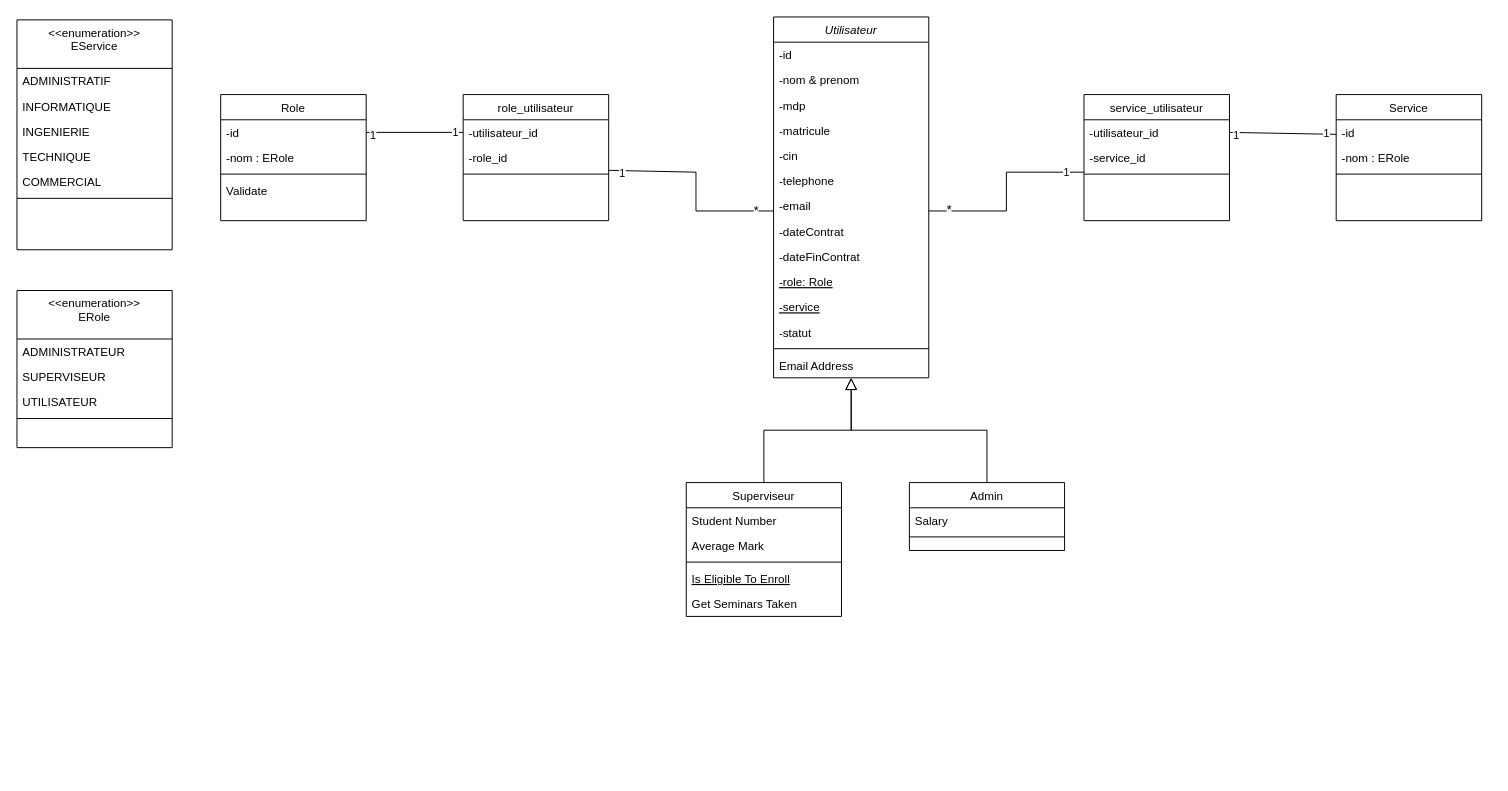
The draw.io diagram ClassDiagram.drawio in BARIGOU-Imane/Gestion-des-Ordres-de-Mission, before the edit. Source tidied: cells renumbered, new cells numbered last; positions are measured from the earlier drawing's top-left corner, leaving out a move shared by most shapes. Both pictures are drawn from the tidied source at 97%, with x=0, y=0 at pixel (16, 16).
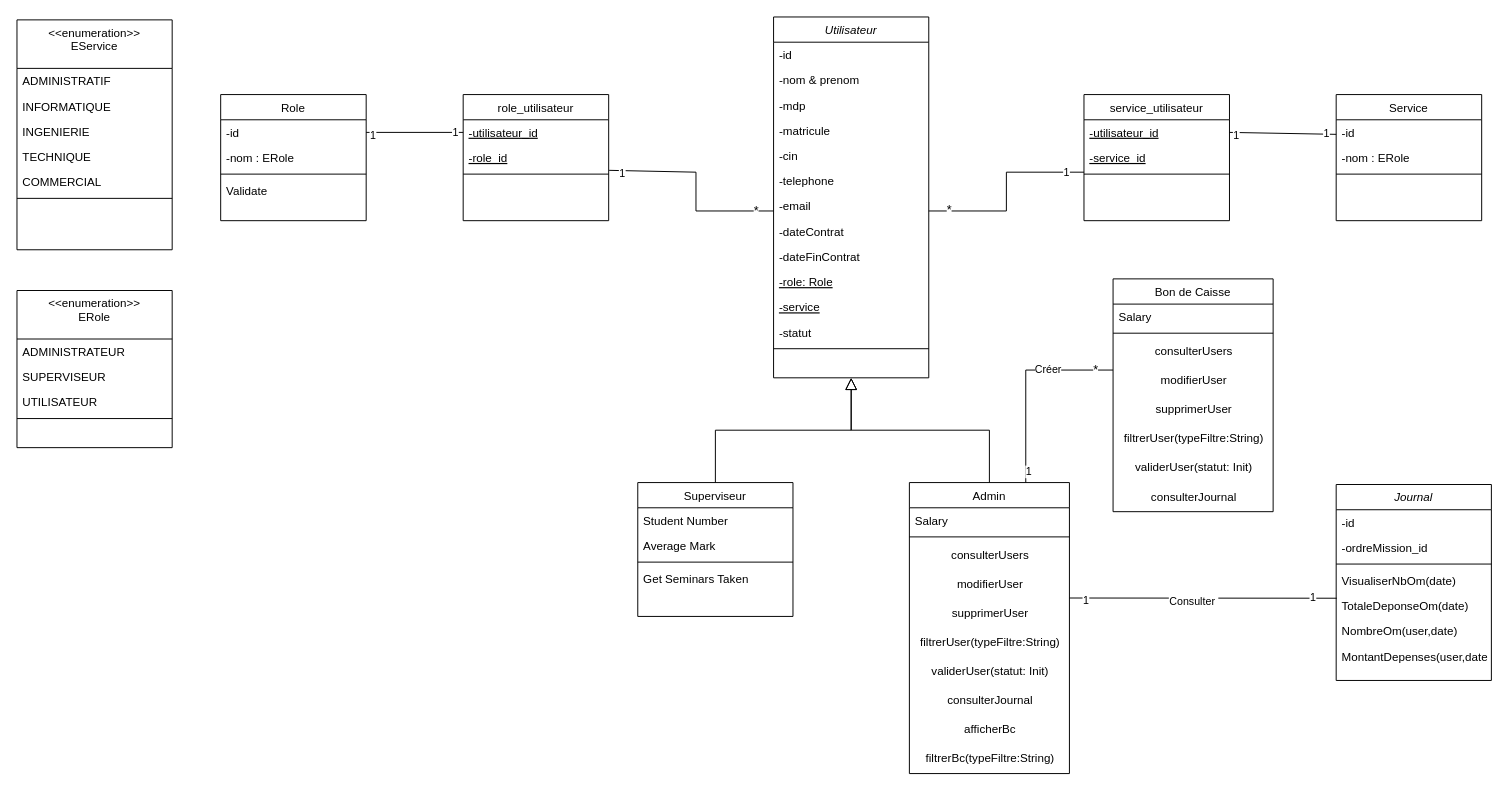
The same page after the edit.

Unchanged cells that the change refers to:
```xml
<mxCell id="2" value="Utilisateur" style="swimlane;fontStyle=2;align=center;verticalAlign=top;horizontal=1;startSize=26;rounded=0;shadow=0;strokeWidth=1;" parent="1" vertex="1">
  <mxGeometry x="780" width="160" height="372" as="geometry" />
</mxCell>
<mxCell id="28" value="role_utilisateur" style="swimlane;fontStyle=0;align=center;verticalAlign=top;horizontal=1;startSize=26;rounded=0;shadow=0;strokeWidth=1;" parent="1" vertex="1">
  <mxGeometry x="460" y="80" width="150" height="130" as="geometry" />
</mxCell>
<mxCell id="52" value="service_utilisateur" style="swimlane;fontStyle=0;align=center;verticalAlign=top;horizontal=1;startSize=26;rounded=0;shadow=0;strokeWidth=1;" parent="1" vertex="1">
  <mxGeometry x="1100" y="80" width="150" height="130" as="geometry" />
</mxCell>
```

Diff of the diagram source:
```diff
@@
-    <mxCell id="16" value="Email Address&#10;" style="text;align=left;verticalAlign=top;spacingLeft=4;spacingRight=4;overflow=hidden;rounded=0;shadow=0;html=0;" parent="2" vertex="1">
+    <mxCell id="16" value="&#10;" style="text;align=left;verticalAlign=top;spacingLeft=4;spacingRight=4;overflow=hidden;rounded=0;shadow=0;html=0;" parent="2" vertex="1">
       <mxGeometry y="346" width="160" height="26" as="geometry" />
     </mxCell>
     <mxCell id="17" value="Superviseur" style="swimlane;fontStyle=0;align=center;verticalAlign=top;horizontal=1;startSize=26;rounded=0;shadow=0;strokeWidth=1;" parent="1" vertex="1">
-      <mxGeometry x="690" y="480" width="160" height="138" as="geometry" />
+      <mxGeometry x="640" y="480" width="160" height="138" as="geometry" />
     </mxCell>
@@
-    <mxCell id="21" value="Is Eligible To Enroll" style="text;align=left;verticalAlign=top;spacingLeft=4;spacingRight=4;overflow=hidden;fontStyle=4;" parent="17" vertex="1">
-      <mxGeometry y="86" width="160" height="26" as="geometry" />
-    </mxCell>
     <mxCell id="22" value="Get Seminars Taken" style="text;align=left;verticalAlign=top;spacingLeft=4;spacingRight=4;overflow=hidden;" parent="17" vertex="1">
-      <mxGeometry y="112" width="160" height="26" as="geometry" />
+      <mxGeometry y="86" width="160" height="26" as="geometry" />
     </mxCell>
@@
     <mxCell id="24" value="Admin" style="swimlane;fontStyle=0;align=center;verticalAlign=top;horizontal=1;startSize=26;rounded=0;shadow=0;strokeWidth=1;" parent="1" vertex="1">
-      <mxGeometry x="920" y="480" width="160" height="70" as="geometry" />
+      <mxGeometry x="920" y="480" width="165" height="300" as="geometry" />
     </mxCell>
     <mxCell id="25" value="Salary" style="text;align=left;verticalAlign=top;spacingLeft=4;spacingRight=4;overflow=hidden;" parent="24" vertex="1">
-      <mxGeometry y="26" width="160" height="26" as="geometry" />
+      <mxGeometry y="26" width="165" height="26" as="geometry" />
     </mxCell>
     <mxCell id="26" style="line;html=1;strokeWidth=1;align=left;verticalAlign=middle;spacingTop=-1;spacingLeft=3;spacingRight=3;labelPosition=right;" parent="24" vertex="1">
-      <mxGeometry y="52" width="160" height="8" as="geometry" />
+      <mxGeometry y="52" width="165" height="8" as="geometry" />
     </mxCell>
+    <mxCell id="69" value="consulterUsers" style="text;html=1;align=center;verticalAlign=middle;strokeColor=none;fillColor=none;" parent="24" vertex="1">
+      <mxGeometry y="60" width="165" height="30" as="geometry" />
+    </mxCell>
+    <mxCell id="70" value="modifierUser" style="text;html=1;align=center;verticalAlign=middle;strokeColor=none;fillColor=none;" parent="24" vertex="1">
+      <mxGeometry y="90" width="165" height="30" as="geometry" />
+    </mxCell>
+    <mxCell id="71" value="supprimerUser" style="text;html=1;align=center;verticalAlign=middle;strokeColor=none;fillColor=none;" parent="24" vertex="1">
+      <mxGeometry y="120" width="165" height="30" as="geometry" />
+    </mxCell>
+    <mxCell id="72" value="filtrerUser(typeFiltre:String)" style="text;html=1;align=center;verticalAlign=middle;strokeColor=none;fillColor=none;" parent="24" vertex="1">
+      <mxGeometry y="150" width="165" height="30" as="geometry" />
+    </mxCell>
+    <mxCell id="73" value="validerUser(statut: Init)" style="text;html=1;align=center;verticalAlign=middle;strokeColor=none;fillColor=none;" parent="24" vertex="1">
+      <mxGeometry y="180" width="165" height="30" as="geometry" />
+    </mxCell>
+    <mxCell id="74" value="consulterJournal" style="text;html=1;align=center;verticalAlign=middle;strokeColor=none;fillColor=none;" parent="24" vertex="1">
+      <mxGeometry y="210" width="165" height="30" as="geometry" />
+    </mxCell>
+    <mxCell id="75" value="afficherBc" style="text;html=1;align=center;verticalAlign=middle;strokeColor=none;fillColor=none;" parent="24" vertex="1">
+      <mxGeometry y="240" width="165" height="30" as="geometry" />
+    </mxCell>
+    <mxCell id="76" value="filtrerBc(typeFiltre:String)" style="text;html=1;align=center;verticalAlign=middle;strokeColor=none;fillColor=none;" parent="24" vertex="1">
+      <mxGeometry y="270" width="165" height="30" as="geometry" />
+    </mxCell>
@@
-    <mxCell id="29" value="-utilisateur_id" style="text;align=left;verticalAlign=top;spacingLeft=4;spacingRight=4;overflow=hidden;points=[[0,0.5],[1,0.5]];portConstraint=eastwest;" parent="28" vertex="1">
+    <mxCell id="29" value="-utilisateur_id" style="text;align=left;verticalAlign=top;spacingLeft=4;spacingRight=4;overflow=hidden;points=[[0,0.5],[1,0.5]];portConstraint=eastwest;fontStyle=4;" parent="28" vertex="1">
       <mxGeometry y="26" width="150" height="26" as="geometry" />
     </mxCell>
-    <mxCell id="30" value="-role_id" style="text;align=left;verticalAlign=top;spacingLeft=4;spacingRight=4;overflow=hidden;rounded=0;shadow=0;html=0;" parent="28" vertex="1">
+    <mxCell id="30" value="-role_id" style="text;align=left;verticalAlign=top;spacingLeft=4;spacingRight=4;overflow=hidden;rounded=0;shadow=0;html=0;fontStyle=4;" parent="28" vertex="1">
       <mxGeometry y="52" width="150" height="26" as="geometry" />
     </mxCell>
@@
-    <mxCell id="53" value="-utilisateur_id" style="text;align=left;verticalAlign=top;spacingLeft=4;spacingRight=4;overflow=hidden;points=[[0,0.5],[1,0.5]];portConstraint=eastwest;" parent="52" vertex="1">
+    <mxCell id="53" value="-utilisateur_id" style="text;align=left;verticalAlign=top;spacingLeft=4;spacingRight=4;overflow=hidden;points=[[0,0.5],[1,0.5]];portConstraint=eastwest;fontStyle=4;" parent="52" vertex="1">
       <mxGeometry y="26" width="150" height="26" as="geometry" />
     </mxCell>
-    <mxCell id="54" value="-service_id" style="text;align=left;verticalAlign=top;spacingLeft=4;spacingRight=4;overflow=hidden;points=[[0,0.5],[1,0.5]];portConstraint=eastwest;rounded=0;shadow=0;html=0;" parent="52" vertex="1">
+    <mxCell id="54" value="-service_id" style="text;align=left;verticalAlign=top;spacingLeft=4;spacingRight=4;overflow=hidden;points=[[0,0.5],[1,0.5]];portConstraint=eastwest;rounded=0;shadow=0;html=0;fontStyle=4;" parent="52" vertex="1">
       <mxGeometry y="52" width="150" height="26" as="geometry" />
     </mxCell>
@@
+    <mxCell id="77" value="Journal" style="swimlane;fontStyle=2;align=center;verticalAlign=top;horizontal=1;startSize=26;rounded=0;shadow=0;strokeWidth=1;" parent="1" vertex="1">
+      <mxGeometry x="1360" y="482" width="160" height="202" as="geometry" />
+    </mxCell>
+    <mxCell id="78" value="-id" style="text;align=left;verticalAlign=top;spacingLeft=4;spacingRight=4;overflow=hidden;rounded=0;shadow=0;html=0;" parent="77" vertex="1">
+      <mxGeometry y="26" width="160" height="26" as="geometry" />
+    </mxCell>
+    <mxCell id="79" value="-ordreMission_id" style="text;align=left;verticalAlign=top;spacingLeft=4;spacingRight=4;overflow=hidden;" parent="77" vertex="1">
+      <mxGeometry y="52" width="160" height="26" as="geometry" />
+    </mxCell>
+    <mxCell id="80" style="line;html=1;strokeWidth=1;align=left;verticalAlign=middle;spacingTop=-1;spacingLeft=3;spacingRight=3;labelPosition=right;" parent="77" vertex="1">
+      <mxGeometry y="78" width="160" height="8" as="geometry" />
+    </mxCell>
+    <mxCell id="81" value="VisualiserNbOm(date)&#10;" style="text;align=left;verticalAlign=top;spacingLeft=4;spacingRight=4;overflow=hidden;rounded=0;shadow=0;html=0;fontSize=12;" parent="77" vertex="1">
+      <mxGeometry y="86" width="160" height="26" as="geometry" />
+    </mxCell>
+    <mxCell id="82" value="TotaleDeponseOm(date)&#10;" style="text;align=left;verticalAlign=top;spacingLeft=4;spacingRight=4;overflow=hidden;points=[[0,0.5],[1,0.5]];portConstraint=eastwest;rounded=0;shadow=0;html=0;fontSize=12;" parent="77" vertex="1">
+      <mxGeometry y="112" width="160" height="26" as="geometry" />
+    </mxCell>
+    <mxCell id="83" value="NombreOm(user,date)&#10;" style="text;align=left;verticalAlign=top;spacingLeft=4;spacingRight=4;overflow=hidden;rounded=0;shadow=0;html=0;fontSize=12;" parent="77" vertex="1">
+      <mxGeometry y="138" width="160" height="26" as="geometry" />
+    </mxCell>
+    <mxCell id="84" value="MontantDepenses(user,date)&#10;" style="text;align=left;verticalAlign=top;spacingLeft=4;spacingRight=4;overflow=hidden;rounded=0;shadow=0;html=0;fontSize=12;" parent="77" vertex="1">
+      <mxGeometry y="164" width="160" height="26" as="geometry" />
+    </mxCell>
+    <mxCell id="85" style="endArrow=none;html=1;rounded=0;exitX=1;exitY=0.5;exitDx=0;exitDy=0;entryX=0.004;entryY=0.201;entryDx=0;entryDy=0;entryPerimeter=0;" parent="1" edge="1" target="82">
+      <mxGeometry relative="1" as="geometry">
+        <mxPoint x="1085" y="599" as="sourcePoint" />
+      </mxGeometry>
+    </mxCell>
+    <mxCell id="86" value="1" style="edgeLabel;html=1;align=center;verticalAlign=middle;" parent="85" vertex="1">
+      <mxGeometry x="-0.88" y="-2" relative="1" as="geometry" />
+    </mxCell>
+    <mxCell id="87" value="1" style="edgeLabel;html=1;align=center;verticalAlign=middle;" parent="85" vertex="1">
+      <mxGeometry x="0.82" y="-2" relative="1" as="geometry">
+        <mxPoint y="-3" as="offset" />
+      </mxGeometry>
+    </mxCell>
+    <mxCell id="88" value="Consulter&amp;nbsp;" style="edgeLabel;html=1;align=center;verticalAlign=middle;" parent="85" vertex="1">
+      <mxGeometry x="-0.08" y="-3" relative="1" as="geometry">
+        <mxPoint x="1" as="offset" />
+      </mxGeometry>
+    </mxCell>
+    <mxCell id="89" value="Bon de Caisse" style="swimlane;fontStyle=0;align=center;verticalAlign=top;horizontal=1;startSize=26;rounded=0;shadow=0;strokeWidth=1;" parent="1" vertex="1">
+      <mxGeometry x="1130" y="270" width="165" height="240" as="geometry" />
+    </mxCell>
+    <mxCell id="90" value="Salary" style="text;align=left;verticalAlign=top;spacingLeft=4;spacingRight=4;overflow=hidden;" parent="89" vertex="1">
+      <mxGeometry y="26" width="165" height="26" as="geometry" />
+    </mxCell>
+    <mxCell id="91" style="line;html=1;strokeWidth=1;align=left;verticalAlign=middle;spacingTop=-1;spacingLeft=3;spacingRight=3;labelPosition=right;" parent="89" vertex="1">
+      <mxGeometry y="52" width="165" height="8" as="geometry" />
+    </mxCell>
+    <mxCell id="92" value="consulterUsers" style="text;html=1;align=center;verticalAlign=middle;strokeColor=none;fillColor=none;" parent="89" vertex="1">
+      <mxGeometry y="60" width="165" height="30" as="geometry" />
+    </mxCell>
+    <mxCell id="93" value="modifierUser" style="text;html=1;align=center;verticalAlign=middle;strokeColor=none;fillColor=none;" parent="89" vertex="1">
+      <mxGeometry y="90" width="165" height="30" as="geometry" />
+    </mxCell>
+    <mxCell id="94" value="supprimerUser" style="text;html=1;align=center;verticalAlign=middle;strokeColor=none;fillColor=none;" parent="89" vertex="1">
+      <mxGeometry y="120" width="165" height="30" as="geometry" />
+    </mxCell>
+    <mxCell id="95" value="filtrerUser(typeFiltre:String)" style="text;html=1;align=center;verticalAlign=middle;strokeColor=none;fillColor=none;" parent="89" vertex="1">
+      <mxGeometry y="150" width="165" height="30" as="geometry" />
+    </mxCell>
+    <mxCell id="96" value="validerUser(statut: Init)" style="text;html=1;align=center;verticalAlign=middle;strokeColor=none;fillColor=none;" parent="89" vertex="1">
+      <mxGeometry y="180" width="165" height="30" as="geometry" />
+    </mxCell>
+    <mxCell id="97" value="consulterJournal" style="text;html=1;align=center;verticalAlign=middle;strokeColor=none;fillColor=none;" parent="89" vertex="1">
+      <mxGeometry y="210" width="165" height="30" as="geometry" />
+    </mxCell>
+    <mxCell id="98" style="endArrow=none;html=1;rounded=0;" parent="1" edge="1">
+      <mxGeometry relative="1" as="geometry">
+        <mxPoint x="1040" y="480" as="sourcePoint" />
+        <mxPoint x="1130" y="364" as="targetPoint" />
+        <Array as="points">
+          <mxPoint x="1040" y="364" />
+        </Array>
+      </mxGeometry>
+    </mxCell>
+    <mxCell id="99" value="1" style="edgeLabel;html=1;align=center;verticalAlign=middle;" parent="98" vertex="1">
+      <mxGeometry x="-0.88" y="-2" relative="1" as="geometry" />
+    </mxCell>
+    <mxCell id="100" value="Créer" style="edgeLabel;html=1;align=center;verticalAlign=middle;" parent="98" vertex="1">
+      <mxGeometry x="0.34" y="1" relative="1" as="geometry" />
+    </mxCell>
+    <mxCell id="101" value="&lt;font style=&quot;font-size: 13px;&quot;&gt;*&lt;/font&gt;" style="edgeLabel;html=1;align=center;verticalAlign=middle;" parent="98" vertex="1">
+      <mxGeometry x="0.82" y="1" relative="1" as="geometry" />
+    </mxCell>
```
